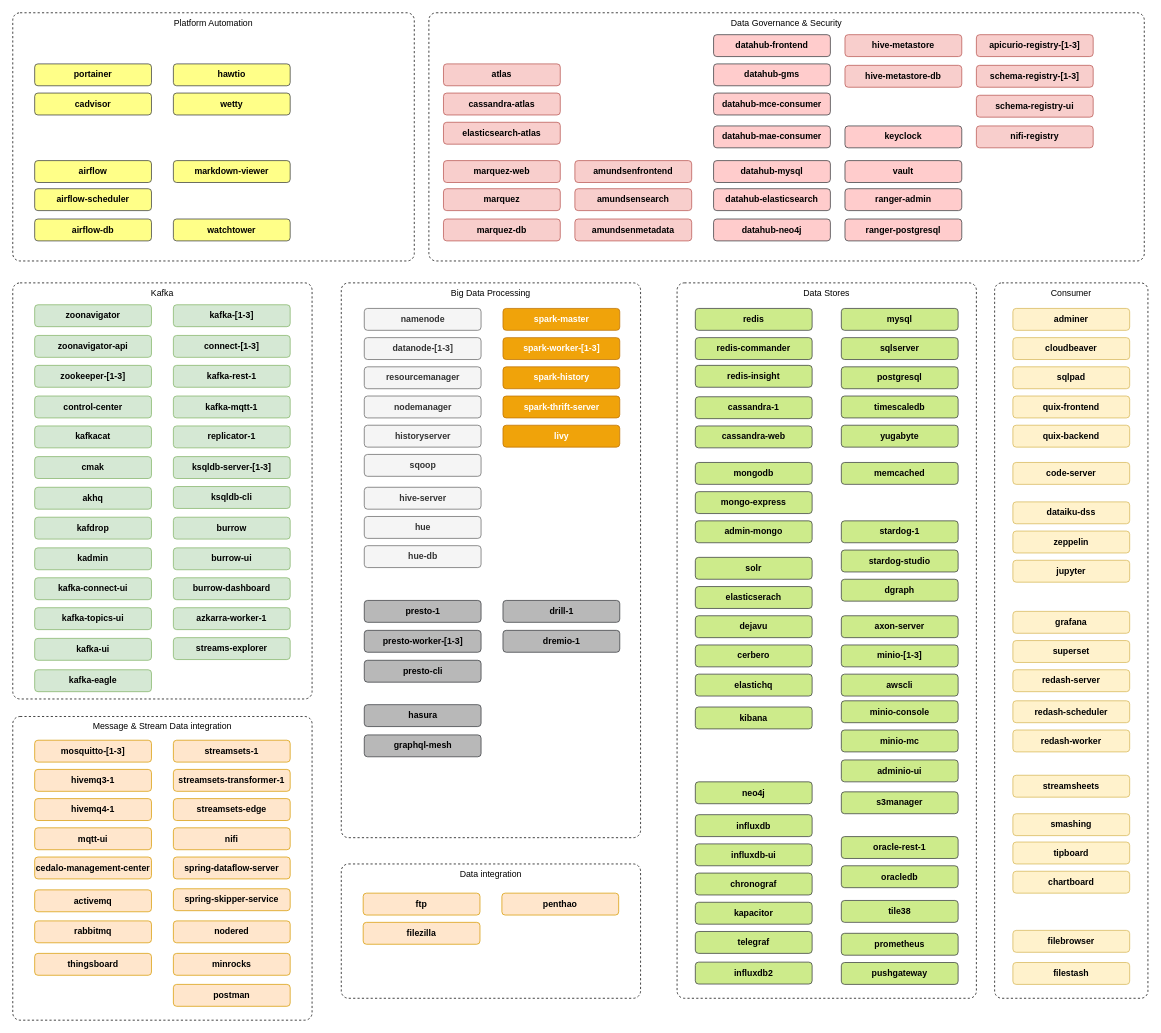
TrivadisPF/platys-modern-data-platform keeps this draw.io diagram as page "Services" (1 of 4) of documentation/drawio/modern-data-platform.drawio. Above is the earlier version. Source tidied: cells renumbered, new cells numbered last; positions are measured from the earlier drawing's top-left corner, leaving out a move shared by most shapes. Both pictures are drawn from the tidied source at 73%, with x=0, y=0 at pixel (12, 12).
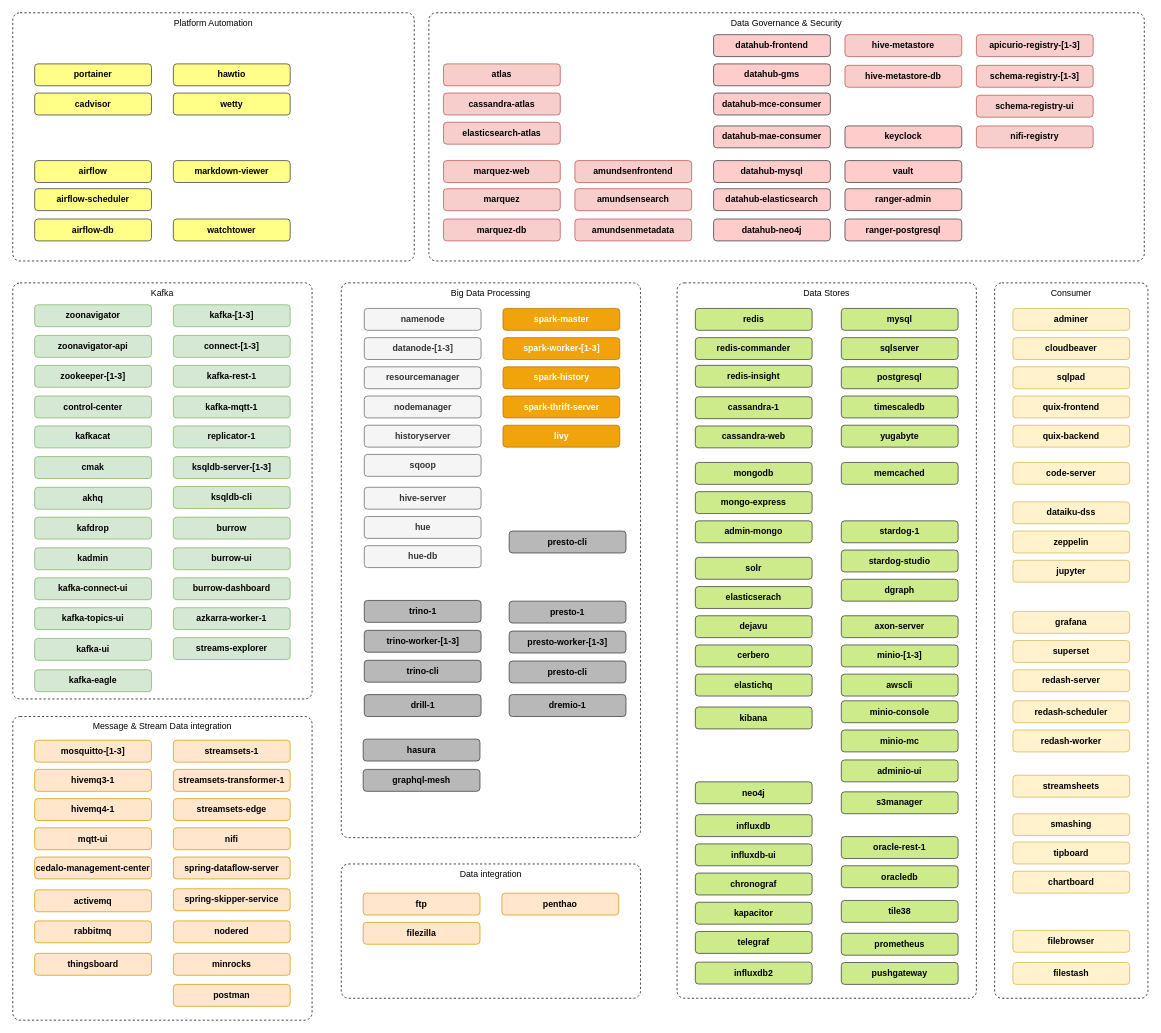
After the change.

Commit message (it also covers changes not shown here):
Refactoring to support trino: #292

Change to the diagram source:
```diff
@@
-    <mxCell id="99" value="&lt;span&gt;presto-1&lt;/span&gt;" style="rounded=1;whiteSpace=wrap;html=1;fillColor=#B8B8B8;strokeColor=#36393d;fontStyle=1;" parent="1" vertex="1">
+    <mxCell id="99" value="&lt;span&gt;trino-1&lt;/span&gt;" style="rounded=1;whiteSpace=wrap;html=1;fillColor=#B8B8B8;strokeColor=#36393d;fontStyle=1;" parent="1" vertex="1">
       <mxGeometry x="481.5" y="805" width="160" height="30" as="geometry" />
     </mxCell>
-    <mxCell id="100" value="&lt;span&gt;presto-cli&lt;/span&gt;" style="rounded=1;whiteSpace=wrap;html=1;fillColor=#B8B8B8;strokeColor=#36393d;fontStyle=1;" parent="1" vertex="1">
+    <mxCell id="100" value="&lt;span&gt;trino-cli&lt;/span&gt;" style="rounded=1;whiteSpace=wrap;html=1;fillColor=#B8B8B8;strokeColor=#36393d;fontStyle=1;" parent="1" vertex="1">
       <mxGeometry x="481.5" y="887" width="160" height="30" as="geometry" />
     </mxCell>
@@
     <mxCell id="102" value="&lt;span&gt;drill-1&lt;/span&gt;" style="rounded=1;whiteSpace=wrap;html=1;fillColor=#B8B8B8;strokeColor=#36393d;fontStyle=1;" parent="1" vertex="1">
-      <mxGeometry x="671.5" y="805" width="160" height="30" as="geometry" />
+      <mxGeometry x="481.5" y="934" width="160" height="30" as="geometry" />
     </mxCell>
@@
     <mxCell id="132" value="&lt;span&gt;dremio-1&lt;/span&gt;" style="rounded=1;whiteSpace=wrap;html=1;fillColor=#B8B8B8;strokeColor=#36393d;fontStyle=1;" parent="1" vertex="1">
-      <mxGeometry x="671.5" y="846" width="160" height="30" as="geometry" />
+      <mxGeometry x="680" y="934" width="160" height="30" as="geometry" />
     </mxCell>
-    <mxCell id="133" value="&lt;span&gt;presto-worker-[1-3]&lt;/span&gt;" style="rounded=1;whiteSpace=wrap;html=1;fillColor=#B8B8B8;strokeColor=#36393d;fontStyle=1;" parent="1" vertex="1">
+    <mxCell id="133" value="&lt;span&gt;trino-worker-[1-3]&lt;/span&gt;" style="rounded=1;whiteSpace=wrap;html=1;fillColor=#B8B8B8;strokeColor=#36393d;fontStyle=1;" parent="1" vertex="1">
       <mxGeometry x="481.5" y="846" width="160" height="30" as="geometry" />
     </mxCell>
@@
     <mxCell id="156" value="&lt;span&gt;hasura&lt;/span&gt;" style="rounded=1;whiteSpace=wrap;html=1;fillColor=#B8B8B8;strokeColor=#36393d;fontStyle=1;" parent="1" vertex="1">
-      <mxGeometry x="481.5" y="947.8" width="160" height="30" as="geometry" />
+      <mxGeometry x="480" y="995" width="160" height="30" as="geometry" />
     </mxCell>
@@
     <mxCell id="165" value="&lt;span&gt;graphql-mesh&lt;/span&gt;" style="rounded=1;whiteSpace=wrap;html=1;fillColor=#B8B8B8;strokeColor=#36393d;fontStyle=1;" parent="1" vertex="1">
-      <mxGeometry x="481.5" y="989.2" width="160" height="30" as="geometry" />
+      <mxGeometry x="480" y="1036.5" width="160" height="30" as="geometry" />
     </mxCell>
@@
+    <mxCell id="174" value="&lt;span&gt;presto-cli&lt;/span&gt;" style="rounded=1;whiteSpace=wrap;html=1;fillColor=#B8B8B8;strokeColor=#36393d;fontStyle=1;" parent="1" vertex="1">
+      <mxGeometry x="680" y="710" width="160" height="30" as="geometry" />
+    </mxCell>
+    <mxCell id="175" value="&lt;span&gt;presto-1&lt;/span&gt;" style="rounded=1;whiteSpace=wrap;html=1;fillColor=#B8B8B8;strokeColor=#36393d;fontStyle=1;" parent="1" vertex="1">
+      <mxGeometry x="680" y="806" width="160" height="30" as="geometry" />
+    </mxCell>
+    <mxCell id="176" value="&lt;span&gt;presto-cli&lt;/span&gt;" style="rounded=1;whiteSpace=wrap;html=1;fillColor=#B8B8B8;strokeColor=#36393d;fontStyle=1;" parent="1" vertex="1">
+      <mxGeometry x="680" y="888" width="160" height="30" as="geometry" />
+    </mxCell>
+    <mxCell id="177" value="&lt;span&gt;presto-worker-[1-3]&lt;/span&gt;" style="rounded=1;whiteSpace=wrap;html=1;fillColor=#B8B8B8;strokeColor=#36393d;fontStyle=1;" parent="1" vertex="1">
+      <mxGeometry x="680" y="847" width="160" height="30" as="geometry" />
+    </mxCell>
```
